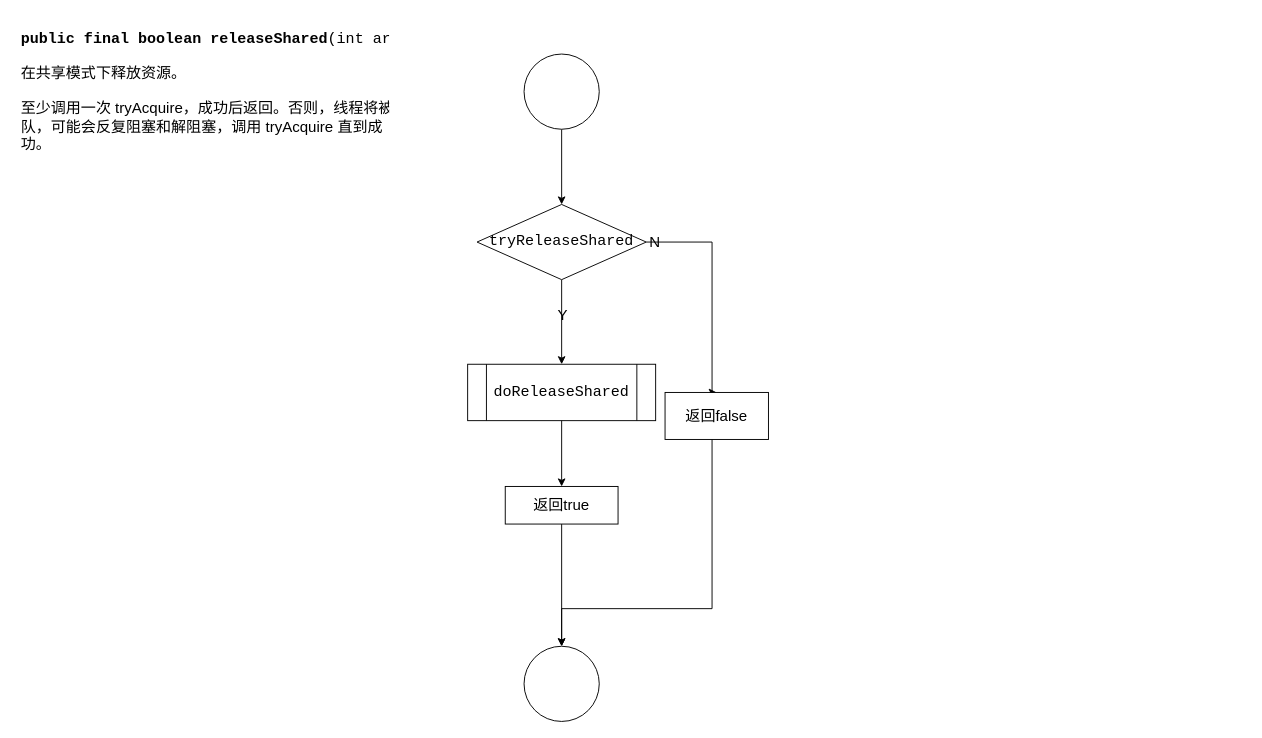
Before: page "releaseShared" (5 of 14) of src/drawio/aqs/aqs.drawio in NikolaZhang/NikolaZhang.github.io, a draw.io diagram. Source tidied: cells renumbered, new cells numbered last; positions are measured from the earlier drawing's top-left corner, leaving out a move shared by most shapes. Both pictures are drawn from the tidied source at 94%, with x=0, y=0 at pixel (16, 25).
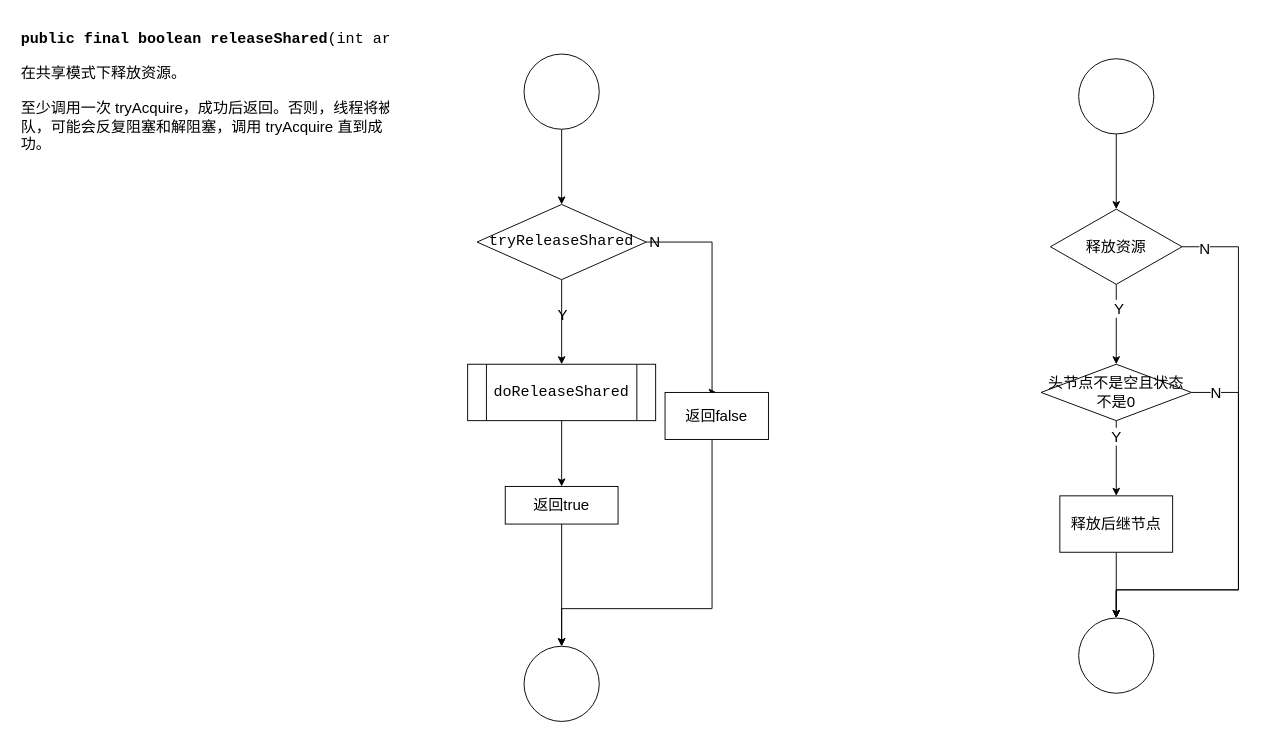
After the change.

Change to the diagram source:
```diff
@@
+    <mxCell id="17" style="edgeStyle=orthogonalEdgeStyle;rounded=0;jettySize=auto;html=1;fontSize=16;" parent="1" edge="1" source="18" target="23">
+      <mxGeometry relative="1" as="geometry" />
+    </mxCell>
+    <mxCell id="18" style="ellipse;whiteSpace=wrap;html=1;labelBackgroundColor=none;fontColor=default;fontSize=16;" parent="1" vertex="1">
+      <mxGeometry x="1130" y="35" width="80" height="80" as="geometry" />
+    </mxCell>
+    <mxCell id="19" style="edgeStyle=orthogonalEdgeStyle;rounded=0;jettySize=auto;html=1;fontSize=16;" parent="1" edge="1" source="23" target="28">
+      <mxGeometry relative="1" as="geometry" />
+    </mxCell>
+    <mxCell id="20" value="Y" style="edgeLabel;html=1;align=center;verticalAlign=middle;fontSize=16;" parent="19" vertex="1">
+      <mxGeometry x="-0.42" y="2" relative="1" as="geometry" />
+    </mxCell>
+    <mxCell id="21" style="edgeStyle=orthogonalEdgeStyle;rounded=0;jettySize=auto;html=1;exitX=1;exitY=0.5;exitDx=0;exitDy=0;entryX=0.5;entryY=0;entryDx=0;entryDy=0;fontSize=16;" parent="1" edge="1" source="23" target="31">
+      <mxGeometry relative="1" as="geometry">
+        <Array as="points">
+          <mxPoint x="1300" y="235" />
+          <mxPoint x="1300" y="600" />
+          <mxPoint x="1170" y="600" />
+        </Array>
+      </mxGeometry>
+    </mxCell>
+    <mxCell id="22" value="N" style="edgeLabel;html=1;align=center;verticalAlign=middle;fontSize=16;" parent="21" vertex="1">
+      <mxGeometry x="-0.92" y="-1" relative="1" as="geometry" />
+    </mxCell>
+    <mxCell id="23" value="释放资源" style="rhombus;whiteSpace=wrap;html=1;fontSize=16;labelBackgroundColor=none;" parent="1" vertex="1">
+      <mxGeometry x="1100" y="195" width="140" height="80" as="geometry" />
+    </mxCell>
+    <mxCell id="24" style="edgeStyle=orthogonalEdgeStyle;rounded=0;jettySize=auto;html=1;fontSize=16;" parent="1" edge="1" source="28" target="30">
+      <mxGeometry relative="1" as="geometry" />
+    </mxCell>
+    <mxCell id="25" value="Y" style="edgeLabel;html=1;align=center;verticalAlign=middle;fontSize=16;" parent="24" vertex="1">
+      <mxGeometry x="-0.6" y="-1" relative="1" as="geometry" />
+    </mxCell>
+    <mxCell id="26" style="edgeStyle=orthogonalEdgeStyle;rounded=0;jettySize=auto;html=1;exitX=1;exitY=0.5;exitDx=0;exitDy=0;entryX=0.5;entryY=0;entryDx=0;entryDy=0;fontSize=16;" parent="1" edge="1" source="28" target="31">
+      <mxGeometry relative="1" as="geometry">
+        <Array as="points">
+          <mxPoint x="1300" y="390" />
+          <mxPoint x="1300" y="600" />
+          <mxPoint x="1170" y="600" />
+        </Array>
+      </mxGeometry>
+    </mxCell>
+    <mxCell id="27" value="N" style="edgeLabel;html=1;align=center;verticalAlign=middle;fontSize=16;" parent="26" vertex="1">
+      <mxGeometry x="-0.88" y="1" relative="1" as="geometry" />
+    </mxCell>
+    <mxCell id="28" value="头节点不是空且状态不是0" style="whiteSpace=wrap;html=1;fontSize=16;labelBackgroundColor=none;shape=rhombus;perimeter=rhombusPerimeter;" parent="1" vertex="1">
+      <mxGeometry x="1090" y="360" width="160" height="60" as="geometry" />
+    </mxCell>
+    <mxCell id="29" style="edgeStyle=orthogonalEdgeStyle;rounded=0;jettySize=auto;html=1;fontSize=16;" parent="1" edge="1" source="30" target="31">
+      <mxGeometry relative="1" as="geometry" />
+    </mxCell>
+    <mxCell id="30" value="释放后继节点" style="whiteSpace=wrap;html=1;fontSize=16;labelBackgroundColor=none;" parent="1" vertex="1">
+      <mxGeometry x="1110" y="500" width="120" height="60" as="geometry" />
+    </mxCell>
+    <mxCell id="31" style="ellipse;whiteSpace=wrap;html=1;fontSize=16;labelBackgroundColor=none;" parent="1" vertex="1">
+      <mxGeometry x="1130" y="630" width="80" height="80" as="geometry" />
+    </mxCell>
```
